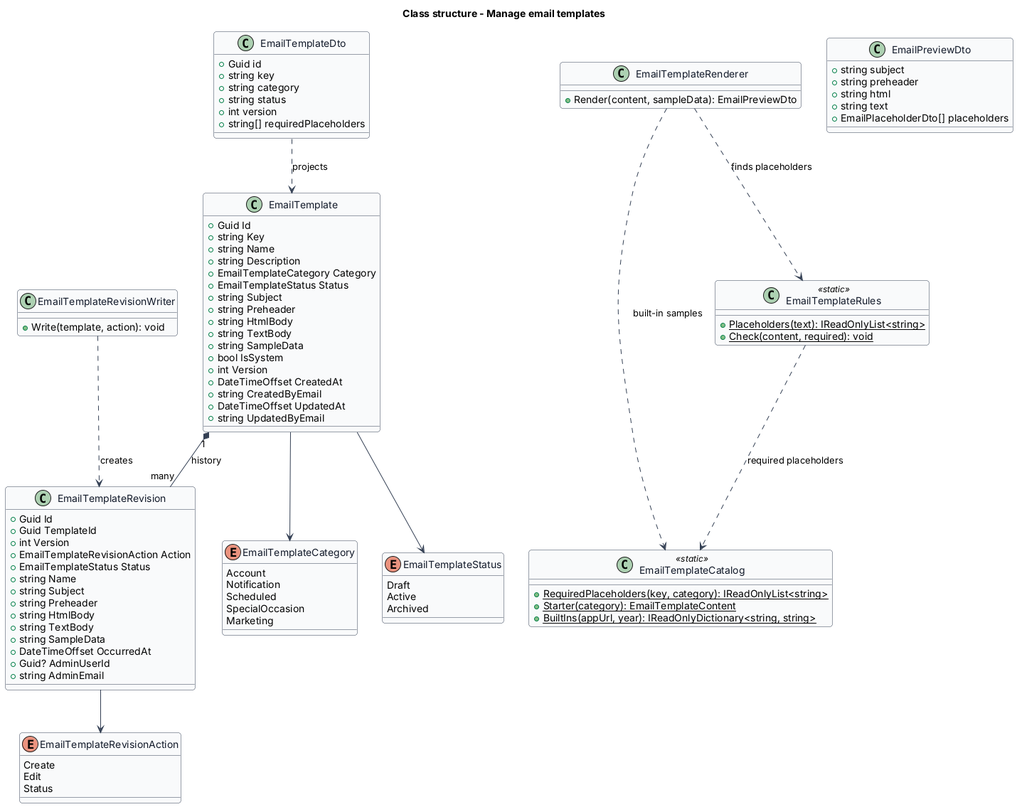
This is docs/detailed-designs/administration/manage-email-templates/diagrams/class-structure.png from QuinntyneBrown/saturdaze, a PlantUML export, as it was before one commit. Its diagram source:
```plantuml
@startuml
skinparam backgroundColor #FFFFFF
skinparam shadowing false
skinparam roundcorner 8
skinparam defaultFontName Arial
skinparam ArrowColor #344054
skinparam class {
  BorderColor #344054
  FontColor #101828
  BackgroundColor #F9FAFB
}
title Class structure - Manage email templates

enum EmailTemplateCategory {
  Account
  Notification
  Scheduled
  SpecialOccasion
  Marketing
}
enum EmailTemplateStatus {
  Draft
  Active
  Archived
}
enum EmailTemplateRevisionAction {
  Create
  Edit
  Status
}
class EmailTemplate {
  +Guid Id
  +string Key
  +string Name
  +string Description
  +EmailTemplateCategory Category
  +EmailTemplateStatus Status
  +string Subject
  +string Preheader
  +string HtmlBody
  +string TextBody
  +string SampleData
  +bool IsSystem
  +int Version
  +DateTimeOffset CreatedAt
  +string CreatedByEmail
  +DateTimeOffset UpdatedAt
  +string UpdatedByEmail
}
class EmailTemplateRevision {
  +Guid Id
  +Guid TemplateId
  +int Version
  +EmailTemplateRevisionAction Action
  +EmailTemplateStatus Status
  +string Name
  +string Subject
  +string Preheader
  +string HtmlBody
  +string TextBody
  +string SampleData
  +DateTimeOffset OccurredAt
  +Guid? AdminUserId
  +string AdminEmail
}
class EmailTemplateCatalog <<static>> {
  +{static} RequiredPlaceholders(key, category): IReadOnlyList<string>
  +{static} Starter(category): EmailTemplateContent
  +{static} BuiltIns(appUrl, year): IReadOnlyDictionary<string, string>
}
class EmailTemplateRules <<static>> {
  +{static} Placeholders(text): IReadOnlyList<string>
  +{static} Check(content, required): void
}
class EmailTemplateRenderer {
  +Render(content, sampleData): EmailPreviewDto
}
class EmailTemplateRevisionWriter {
  +Write(template, action): void
}
class EmailTemplateDto {
  +Guid id
  +string key
  +string category
  +string status
  +int version
  +string[] requiredPlaceholders
}
class EmailPreviewDto {
  +string subject
  +string preheader
  +string html
  +string text
  +EmailPlaceholderDto[] placeholders
}
EmailTemplate --> EmailTemplateCategory
EmailTemplate --> EmailTemplateStatus
EmailTemplate "1" *-- "many" EmailTemplateRevision : history
EmailTemplateRevision --> EmailTemplateRevisionAction
EmailTemplateRenderer ..> EmailTemplateRules : finds placeholders
EmailTemplateRenderer ..> EmailTemplateCatalog : built-in samples
EmailTemplateRules ..> EmailTemplateCatalog : required placeholders
EmailTemplateRevisionWriter ..> EmailTemplateRevision : creates
EmailTemplateDto ..> EmailTemplate : projects
@enduml
```
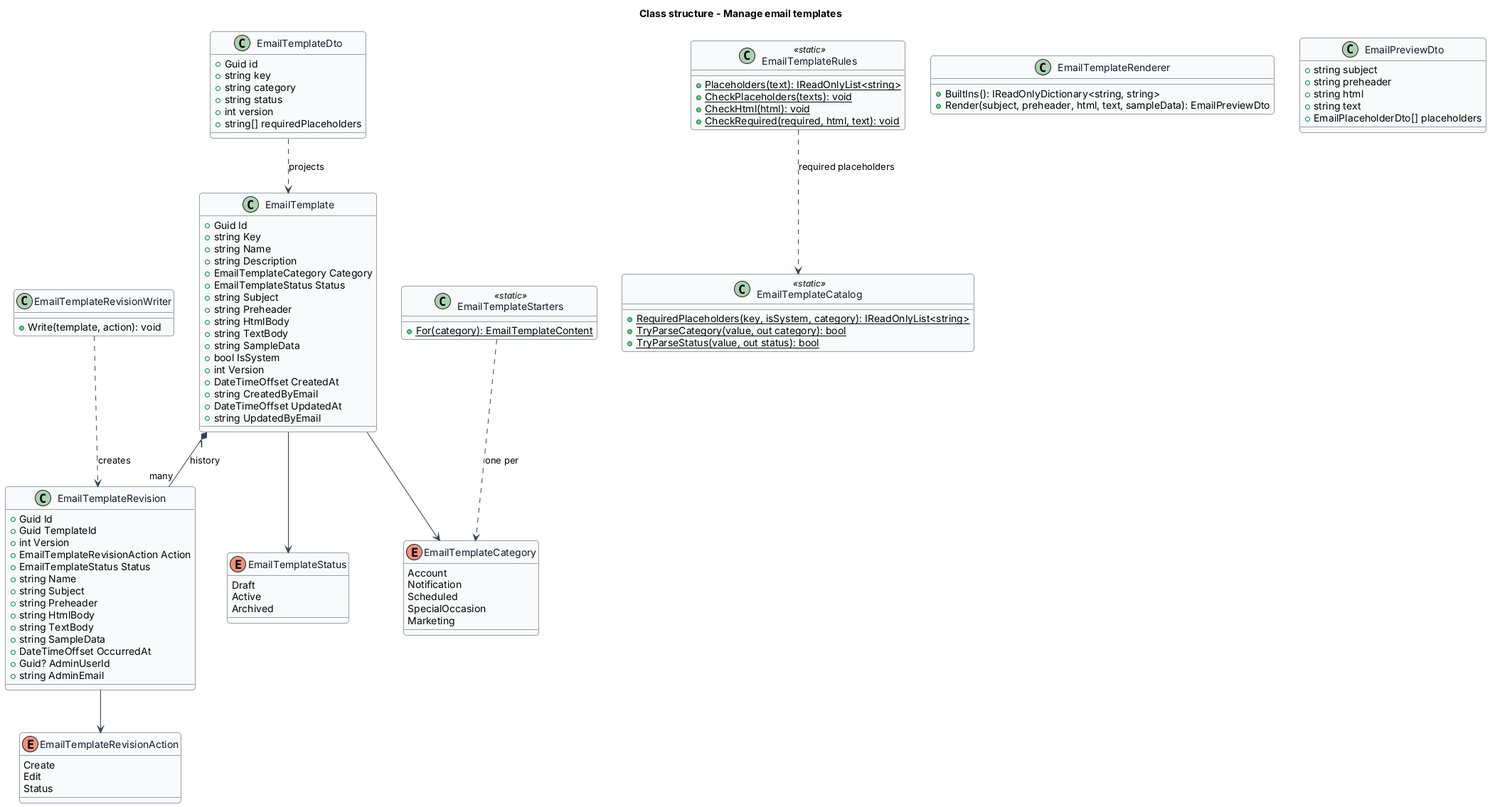
The same diagram one commit later.

Commit message:
Align the email template design with what was built

What changed in the source:
```diff
@@ -64,16 +64,22 @@
   +string AdminEmail
 }
 class EmailTemplateCatalog <<static>> {
-  +{static} RequiredPlaceholders(key, category): IReadOnlyList<string>
-  +{static} Starter(category): EmailTemplateContent
-  +{static} BuiltIns(appUrl, year): IReadOnlyDictionary<string, string>
+  +{static} RequiredPlaceholders(key, isSystem, category): IReadOnlyList<string>
+  +{static} TryParseCategory(value, out category): bool
+  +{static} TryParseStatus(value, out status): bool
+}
+class EmailTemplateStarters <<static>> {
+  +{static} For(category): EmailTemplateContent
 }
 class EmailTemplateRules <<static>> {
   +{static} Placeholders(text): IReadOnlyList<string>
-  +{static} Check(content, required): void
+  +{static} CheckPlaceholders(texts): void
+  +{static} CheckHtml(html): void
+  +{static} CheckRequired(required, html, text): void
 }
 class EmailTemplateRenderer {
-  +Render(content, sampleData): EmailPreviewDto
+  +BuiltIns(): IReadOnlyDictionary<string, string>
+  +Render(subject, preheader, html, text, sampleData): EmailPreviewDto
 }
 class EmailTemplateRevisionWriter {
   +Write(template, action): void
@@ -97,9 +103,8 @@
 EmailTemplate --> EmailTemplateStatus
 EmailTemplate "1" *-- "many" EmailTemplateRevision : history
 EmailTemplateRevision --> EmailTemplateRevisionAction
-EmailTemplateRenderer ..> EmailTemplateRules : finds placeholders
-EmailTemplateRenderer ..> EmailTemplateCatalog : built-in samples
 EmailTemplateRules ..> EmailTemplateCatalog : required placeholders
+EmailTemplateStarters ..> EmailTemplateCategory : one per
 EmailTemplateRevisionWriter ..> EmailTemplateRevision : creates
 EmailTemplateDto ..> EmailTemplate : projects
 @enduml
```
